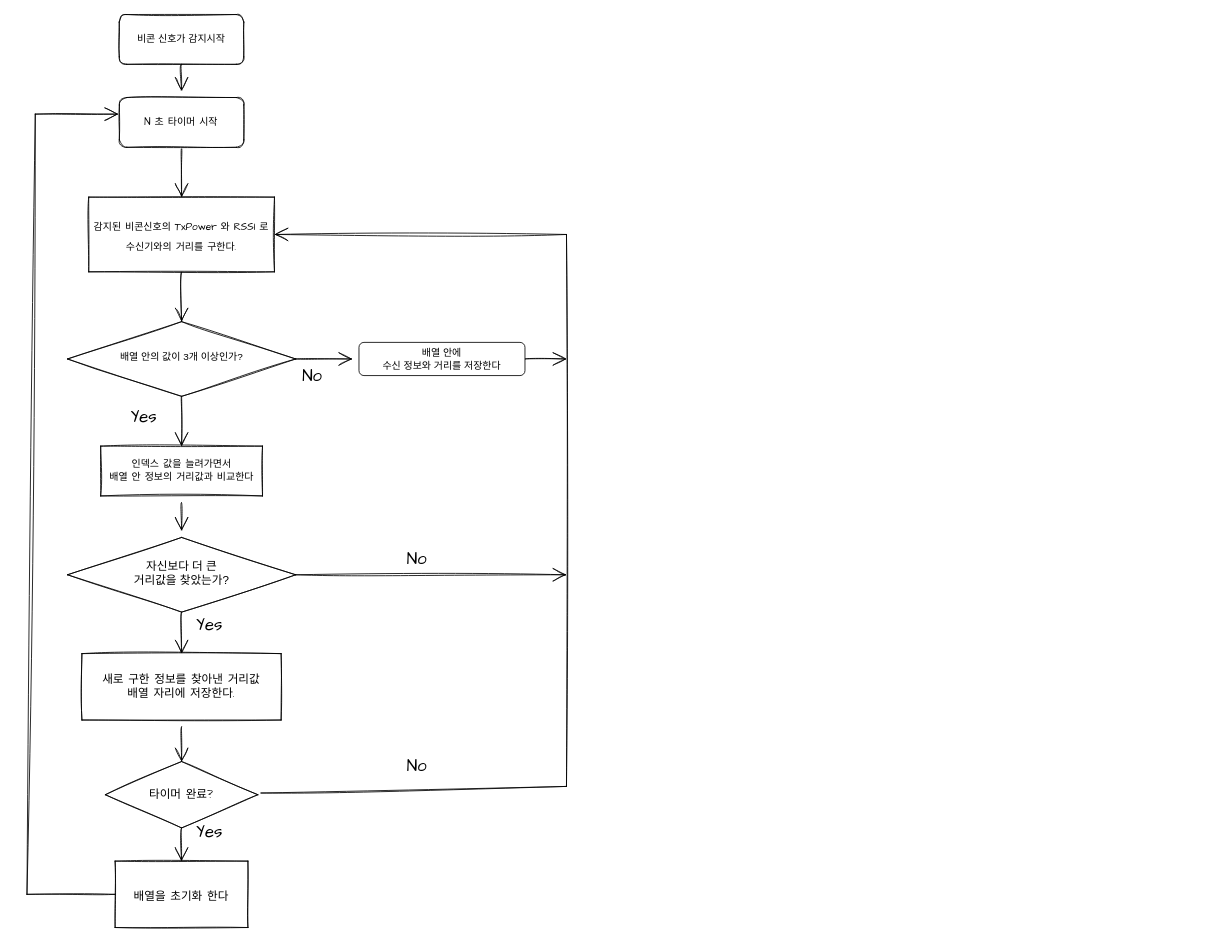
This is Untitled Diagram.drawio from alalai012/Memo, a draw.io file, before an edit. Source tidied: cells renumbered, new cells numbered last; positions are measured from the earlier drawing's top-left corner, leaving out a move shared by most shapes. Both pictures are drawn from the tidied source at 83%, with x=0, y=0 at pixel (27, 14).
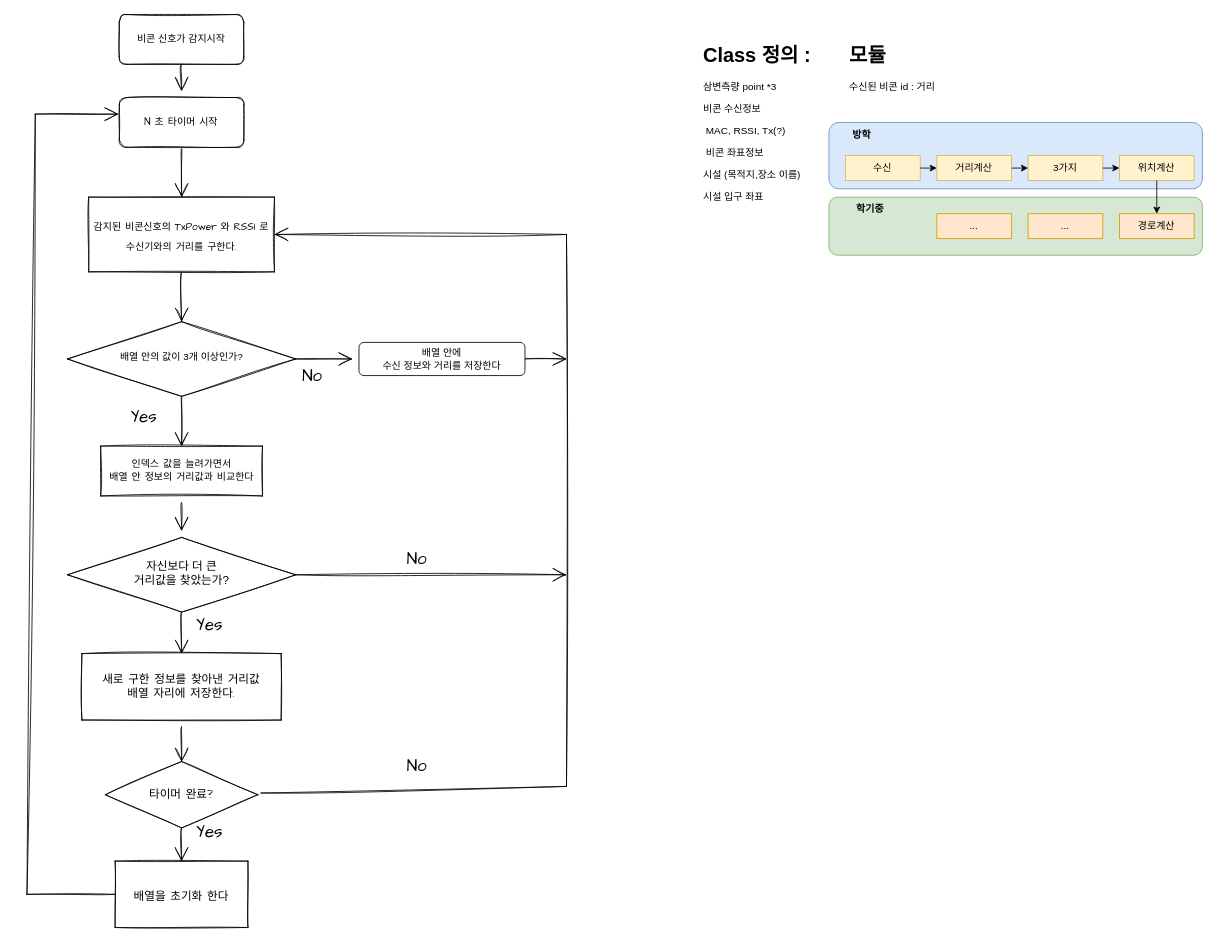
The same diagram, later.

Commit message:
졸업작품설계0119.drawio

Change to the diagram source:
```diff
@@
+    <mxCell id="32" style="rounded=1;whiteSpace=wrap;html=1;fillColor=#d5e8d4;strokeColor=#82b366;" parent="1" vertex="1">
+      <mxGeometry x="966.2" y="220" width="450" height="70" as="geometry" />
+    </mxCell>
+    <mxCell id="33" style="rounded=1;whiteSpace=wrap;html=1;fillColor=#dae8fc;strokeColor=#6c8ebf;" parent="1" vertex="1">
+      <mxGeometry x="966.2" y="130" width="450" height="80" as="geometry" />
+    </mxCell>
@@
+    <mxCell id="34" value="&lt;h1&gt;Class 정의 :&lt;/h1&gt;&lt;p&gt;삼변측량 point *3&lt;/p&gt;&lt;p&gt;비콘 수신정보&lt;/p&gt;&lt;p&gt;&lt;span style=&quot;white-space: pre&quot;&gt; &lt;/span&gt;MAC, RSSI, Tx(?)&lt;br&gt;&lt;/p&gt;&lt;p&gt;&lt;span style=&quot;white-space: pre&quot;&gt; &lt;/span&gt;비콘 좌표정보&lt;br&gt;&lt;/p&gt;&lt;p&gt;시설 (목적지,장소 이름)&lt;/p&gt;&lt;p&gt;시설 입구 좌표&lt;/p&gt;" style="text;html=1;strokeColor=none;fillColor=none;spacing=5;spacingTop=-20;whiteSpace=wrap;overflow=hidden;rounded=0;" parent="1" vertex="1">
+      <mxGeometry x="810" y="30" width="190" height="260" as="geometry" />
+    </mxCell>
+    <mxCell id="35" value="&lt;h1&gt;모듈&lt;/h1&gt;&lt;p&gt;수신된 비콘 id : 거리&lt;/p&gt;" style="text;html=1;strokeColor=none;fillColor=none;spacing=5;spacingTop=-20;whiteSpace=wrap;overflow=hidden;rounded=0;" parent="1" vertex="1">
+      <mxGeometry x="986.2" y="30" width="190" height="120" as="geometry" />
+    </mxCell>
+    <mxCell id="36" style="group;" parent="1" vertex="1">
+      <mxGeometry x="986.2" y="170" width="420" height="30" as="geometry" />
+    </mxCell>
+    <mxCell id="37" value="수신" style="rounded=0;whiteSpace=wrap;html=1;fillColor=#fff2cc;strokeColor=#d6b656;" parent="36" vertex="1">
+      <mxGeometry width="90" height="30" as="geometry" />
+    </mxCell>
+    <mxCell id="38" value="거리계산" style="rounded=0;whiteSpace=wrap;html=1;fillColor=#fff2cc;strokeColor=#d6b656;" parent="36" vertex="1">
+      <mxGeometry x="110" width="90" height="30" as="geometry" />
+    </mxCell>
+    <mxCell id="39" style="edgeStyle=orthogonalEdgeStyle;rounded=0;jettySize=auto;html=1;exitX=1;exitY=0.5;exitDx=0;exitDy=0;entryX=0;entryY=0.5;entryDx=0;entryDy=0;" parent="36" edge="1" source="37" target="38">
+      <mxGeometry relative="1" as="geometry" />
+    </mxCell>
+    <mxCell id="40" value="3가지" style="rounded=0;whiteSpace=wrap;html=1;fillColor=#fff2cc;strokeColor=#d6b656;" parent="36" vertex="1">
+      <mxGeometry x="220" width="90" height="30" as="geometry" />
+    </mxCell>
+    <mxCell id="41" style="edgeStyle=orthogonalEdgeStyle;rounded=0;jettySize=auto;html=1;exitX=1;exitY=0.5;exitDx=0;exitDy=0;entryX=0;entryY=0.5;entryDx=0;entryDy=0;" parent="36" edge="1" source="38" target="40">
+      <mxGeometry relative="1" as="geometry" />
+    </mxCell>
+    <mxCell id="42" value="위치계산" style="rounded=0;whiteSpace=wrap;html=1;fillColor=#fff2cc;strokeColor=#d6b656;" parent="36" vertex="1">
+      <mxGeometry x="330" width="90" height="30" as="geometry" />
+    </mxCell>
+    <mxCell id="43" style="edgeStyle=orthogonalEdgeStyle;rounded=0;jettySize=auto;html=1;exitX=1;exitY=0.5;exitDx=0;exitDy=0;entryX=0;entryY=0.5;entryDx=0;entryDy=0;" parent="36" edge="1" source="40" target="42">
+      <mxGeometry relative="1" as="geometry" />
+    </mxCell>
+    <mxCell id="44" value="경로계산" style="rounded=0;whiteSpace=wrap;html=1;fillColor=#ffe6cc;strokeColor=#d79b00;" parent="1" vertex="1">
+      <mxGeometry x="1316.2" y="240" width="90" height="30" as="geometry" />
+    </mxCell>
+    <mxCell id="45" style="edgeStyle=orthogonalEdgeStyle;rounded=0;jettySize=auto;html=1;exitX=0.5;exitY=1;exitDx=0;exitDy=0;entryX=0.5;entryY=0;entryDx=0;entryDy=0;" parent="1" edge="1" source="42" target="44">
+      <mxGeometry relative="1" as="geometry" />
+    </mxCell>
+    <mxCell id="46" value="&lt;b&gt;방학&lt;/b&gt;" style="text;html=1;strokeColor=none;fillColor=none;align=center;verticalAlign=middle;whiteSpace=wrap;rounded=0;" parent="1" vertex="1">
+      <mxGeometry x="976.2" y="130" width="60" height="30" as="geometry" />
+    </mxCell>
+    <mxCell id="47" value="&lt;b&gt;학기중&lt;/b&gt;" style="text;html=1;strokeColor=none;fillColor=none;align=center;verticalAlign=middle;whiteSpace=wrap;rounded=0;" parent="1" vertex="1">
+      <mxGeometry x="986.2" y="220" width="60" height="30" as="geometry" />
+    </mxCell>
+    <mxCell id="48" value="..." style="rounded=0;whiteSpace=wrap;html=1;fillColor=#ffe6cc;strokeColor=#d79b00;" parent="1" vertex="1">
+      <mxGeometry x="1206.2" y="240" width="90" height="30" as="geometry" />
+    </mxCell>
+    <mxCell id="49" value="..." style="rounded=0;whiteSpace=wrap;html=1;fillColor=#ffe6cc;strokeColor=#d79b00;" parent="1" vertex="1">
+      <mxGeometry x="1096.2" y="240" width="90" height="30" as="geometry" />
+    </mxCell>
```
